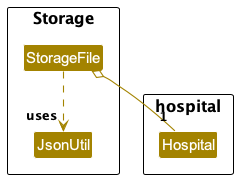
Earlier version of the PlantUML export docs/images/StorageClassDiagram.png (nus-cs2113-AY2425S1/tp). Source of this version:
```plantuml
@startuml
!include style.puml
skinparam arrowThickness 1.1
skinparam arrowColor STORAGE_COLOR
skinparam classBackgroundColor STORAGE_COLOR

package "Storage" {
    class StorageFile {
        +StorageFile()
        +StorageFile(String)
        +getFilePath(): String
        +save(Hospital): void
        +load(): Hospital
        +toString(): String
        -checkFileFound(String): void
        {static} -logger: Logger
        {static} -DEFAULT_STORAGE_FILEPATH: String
        -filePath: String
    }

    class JsonUtil {
        {static} +saveToFile(String): void
        {static} +saveToFile(Hospital, String): void
        {static} +loadFromFile(String): Hospital
        {static} +toJson(Hospital): String
        {static} +fromJson(String): Hospital
        {static} -logger: Logger
        {static} -objectMapper: ObjectMapper
    }
}

package "hospital" {
    class Hospital {
        // TODO: Get from Hospital class
    }
}

StorageFile o-- "1" Hospital
StorageFile ..> "uses" JsonUtil

@enduml
```
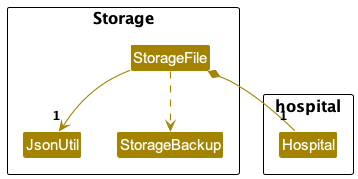
After the change.

Commit message:
Add Architecture Diagram and update DG

Change to the diagram source:
```diff
@@ -27,6 +27,10 @@
         {static} -logger: Logger
         {static} -objectMapper: ObjectMapper
     }
+
+    class StorageBackup {
+        + createBackupFile(filePath : String)
+    }
 }
 
 package "hospital" {
@@ -35,7 +39,12 @@
     }
 }
 
-StorageFile o-- "1" Hospital
-StorageFile ..> "uses" JsonUtil
+
+
+
+
+StorageFile *-- "1" Hospital
+StorageFile --> "1" JsonUtil
+StorageFile ..> StorageBackup
 
 @enduml
```
